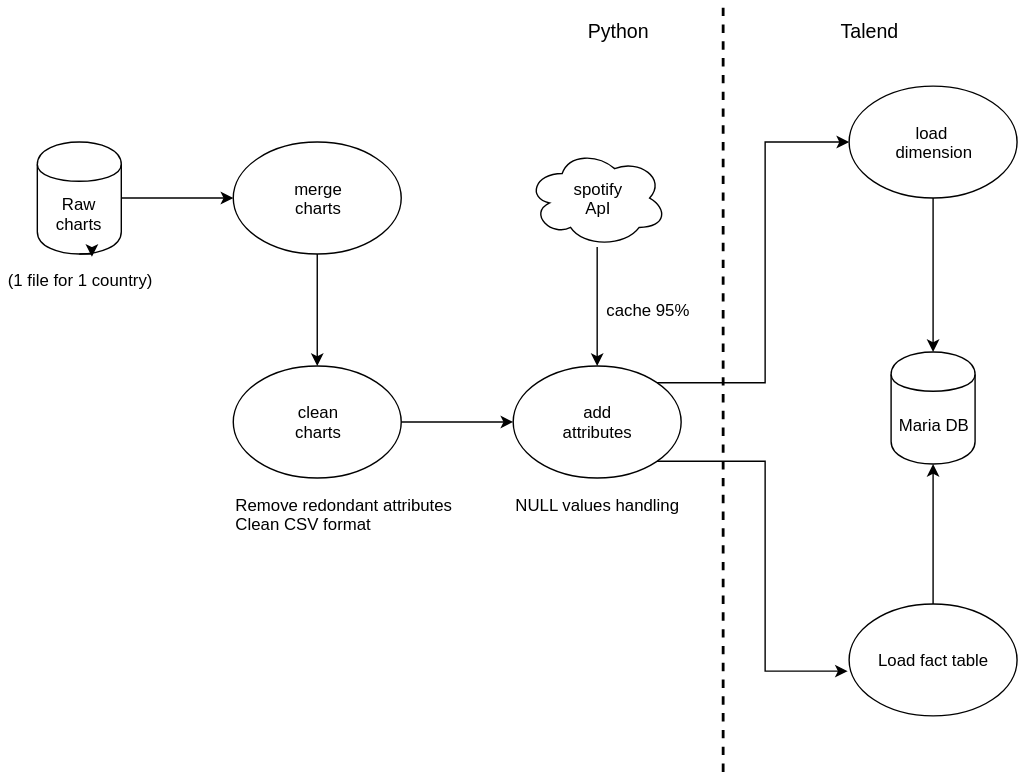
Before: figures/master_job.svg, a diagram exported from draw.io (AlexChanson/DW). Source tidied: cells renumbered, new cells last; positions are measured from the earlier drawing's top-left corner, leaving out a move shared by most shapes.
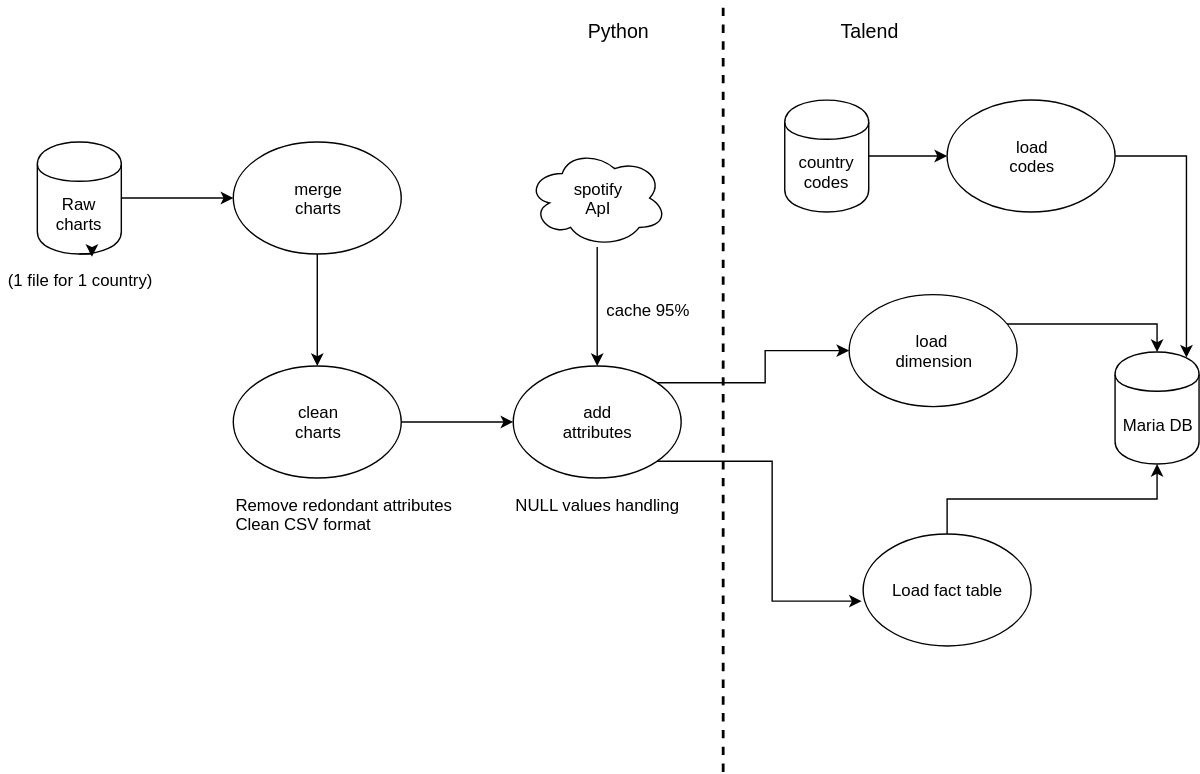
Later version of the same file.

The edit, as a diff of the source:
```diff
@@ -41,19 +41,24 @@
       <mxGeometry x="376" y="105" width="100" height="70" as="geometry" />
     </mxCell>
     <mxCell id="14" style="edgeStyle=orthogonalEdgeStyle;rounded=0;html=1;exitX=0.5;exitY=1;entryX=0.5;entryY=0;jettySize=auto;" parent="1" edge="1" source="15" target="18">
-      <mxGeometry relative="1" as="geometry" />
+      <mxGeometry relative="1" as="geometry">
+        <Array as="points">
+          <mxPoint x="666" y="230" />
+          <mxPoint x="826" y="230" />
+        </Array>
+      </mxGeometry>
     </mxCell>
     <mxCell id="15" value="load&amp;nbsp;&lt;br&gt;dimension" style="ellipse;whiteSpace=wrap;html=1;" parent="1" vertex="1">
-      <mxGeometry x="606" y="60" width="120" height="80" as="geometry" />
+      <mxGeometry x="606" y="209" width="120" height="80" as="geometry" />
     </mxCell>
     <mxCell id="16" style="edgeStyle=orthogonalEdgeStyle;rounded=0;html=1;exitX=0.5;exitY=0;entryX=0.5;entryY=1;jettySize=auto;" parent="1" edge="1" source="17" target="18">
       <mxGeometry relative="1" as="geometry" />
     </mxCell>
     <mxCell id="17" value="Load fact table" style="ellipse;whiteSpace=wrap;html=1;" parent="1" vertex="1">
-      <mxGeometry x="606" y="430" width="120" height="80" as="geometry" />
+      <mxGeometry x="616" y="380" width="120" height="80" as="geometry" />
     </mxCell>
     <mxCell id="18" value="Maria DB" style="shape=cylinder;whiteSpace=wrap;html=1;boundedLbl=1;backgroundOutline=1;" parent="1" vertex="1">
-      <mxGeometry x="636" y="250" width="60" height="80" as="geometry" />
+      <mxGeometry x="796" y="250" width="60" height="80" as="geometry" />
     </mxCell>
     <mxCell id="19" value="Remove redondant attributes&lt;br&gt;Clean CSV format" style="text;html=1;align=left;verticalAlign=top;spacingTop=-4;" parent="1" vertex="1">
       <mxGeometry x="166" y="350" width="170" height="30" as="geometry" />
@@ -79,5 +84,17 @@
     <mxCell id="25" value="&lt;font style=&quot;font-size: 14px&quot;&gt;Talend&lt;/font&gt;" style="text;html=1;strokeColor=none;fillColor=none;align=center;verticalAlign=middle;whiteSpace=wrap;rounded=0;" parent="1" vertex="1">
       <mxGeometry x="600" y="10" width="40" height="20" as="geometry" />
     </mxCell>
+    <mxCell id="26" style="edgeStyle=orthogonalEdgeStyle;rounded=0;html=1;exitX=1;exitY=0.5;jettySize=auto;" parent="1" edge="1" source="27" target="29">
+      <mxGeometry relative="1" as="geometry" />
+    </mxCell>
+    <mxCell id="27" value="country codes" style="shape=cylinder;whiteSpace=wrap;html=1;boundedLbl=1;backgroundOutline=1;" parent="1" vertex="1">
+      <mxGeometry x="560" y="70" width="60" height="80" as="geometry" />
+    </mxCell>
+    <mxCell id="28" style="edgeStyle=orthogonalEdgeStyle;rounded=0;html=1;exitX=1;exitY=0.5;entryX=0.85;entryY=0.05;entryPerimeter=0;jettySize=auto;" parent="1" edge="1" source="29" target="18">
+      <mxGeometry relative="1" as="geometry" />
+    </mxCell>
+    <mxCell id="29" value="&lt;div&gt;load&lt;/div&gt;&lt;div&gt;codes&lt;br&gt;&lt;/div&gt;" style="ellipse;whiteSpace=wrap;html=1;" parent="1" vertex="1">
+      <mxGeometry x="676" y="70" width="120" height="80" as="geometry" />
+    </mxCell>
   </root>
 </mxGraphModel>
```
